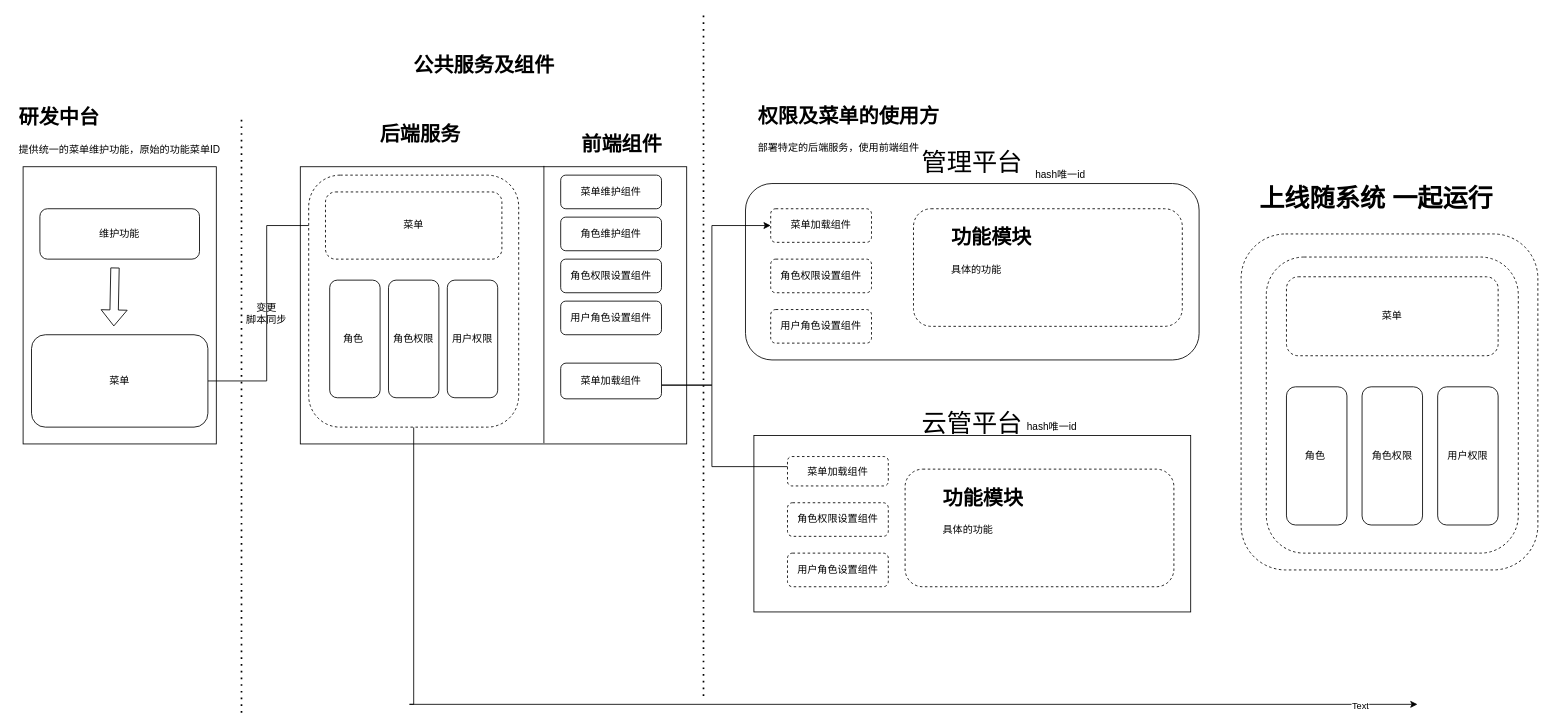
This is Untitled Diagram.drawio from Snuger/draw, a draw.io file, before an edit. Source tidied: cells renumbered, new cells numbered last; positions are measured from the earlier drawing's top-left corner, leaving out a move shared by most shapes. Both pictures are drawn from the tidied source at 84%, with x=0, y=0 at pixel (14, 15).
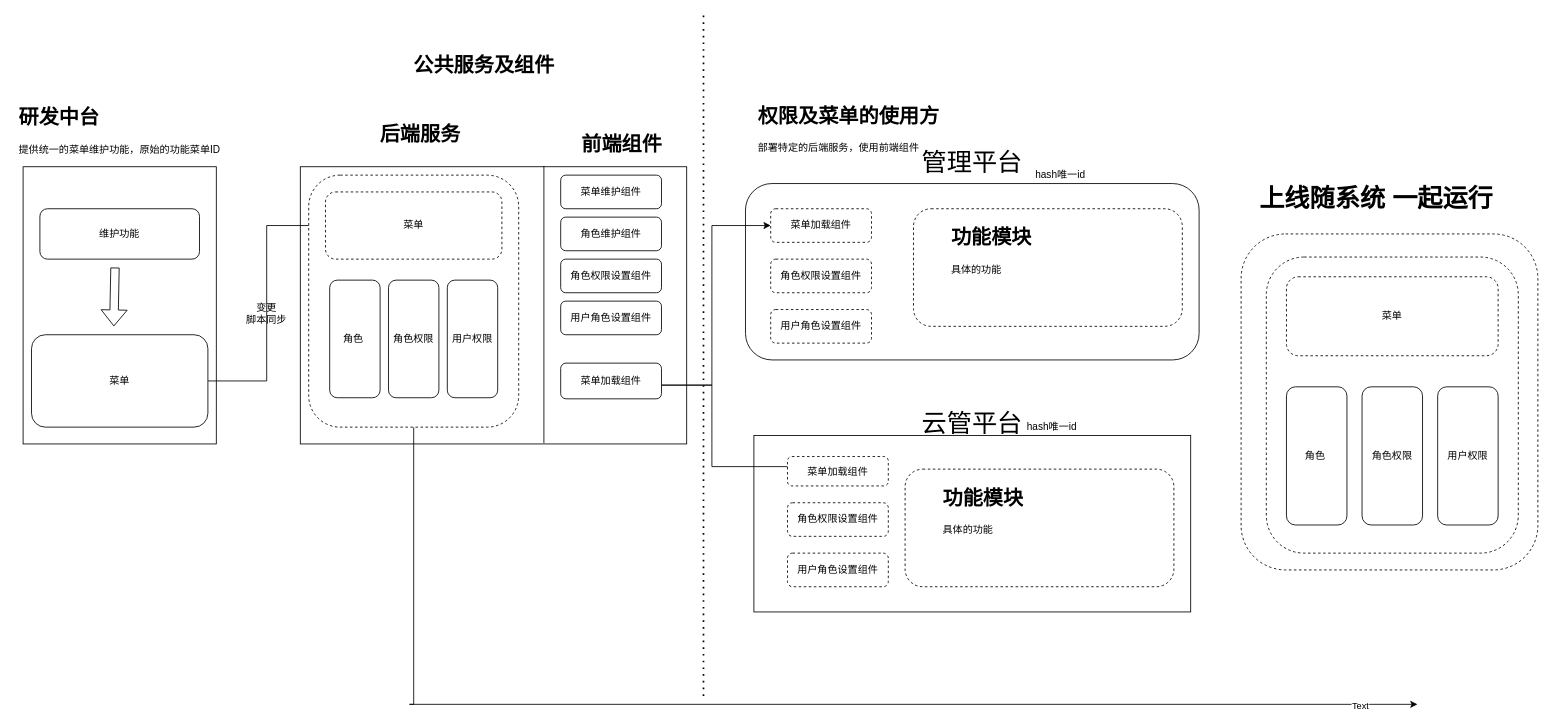
The same page after the edit.

The change refers to these unchanged cells:
```xml
<mxCell id="20" value="&lt;h1&gt;研发中台&lt;/h1&gt;&lt;p&gt;提供统一的菜单维护功能，原始的功能菜单ID&lt;/p&gt;" style="text;html=1;strokeColor=none;fillColor=none;spacing=5;spacingTop=-20;whiteSpace=wrap;overflow=hidden;rounded=0;" parent="1" vertex="1">
  <mxGeometry y="102" width="270" height="70" as="geometry" />
</mxCell>
```

What changed in the source:
```diff
@@
-    <mxCell id="22" style="endArrow=none;dashed=1;html=1;dashPattern=1 3;strokeWidth=2;rounded=0;entryX=1;entryY=0.25;entryDx=0;entryDy=0;" parent="1" edge="1" target="20">
-      <mxGeometry relative="1" as="geometry">
-        <mxPoint x="270" y="830" as="sourcePoint" />
-      </mxGeometry>
-    </mxCell>
```
